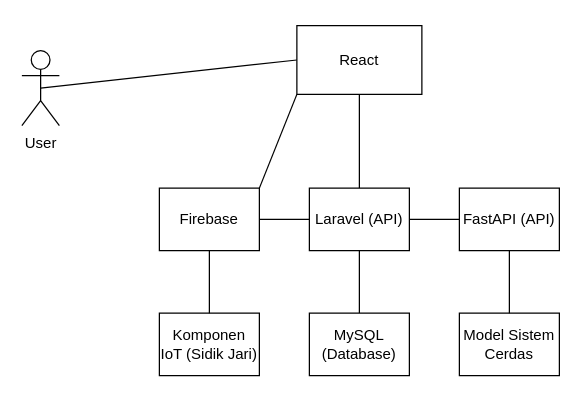
Above: docs/antarmuka.drawio in codebaradev/Simlab (draw.io), before the change. Source tidied: cells renumbered, new cells numbered last; positions are measured from the earlier drawing's top-left corner, leaving out a move shared by most shapes. Both pictures are drawn from the tidied source at 125%, with x=0, y=0 at pixel (21, 25).
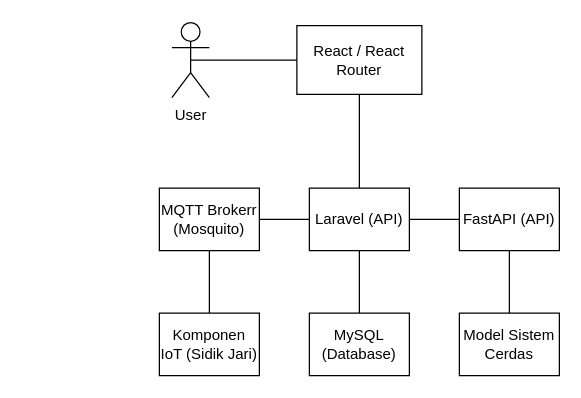
The same diagram, later.

Diff of the diagram source:
```diff
@@
 <mxGraphModel>
   <root>
     <mxCell id="0" />
     <mxCell id="1" parent="0" />
     <mxCell id="2" style="edgeStyle=none;html=1;exitX=0.5;exitY=0.5;exitDx=0;exitDy=0;exitPerimeter=0;entryX=0;entryY=0.5;entryDx=0;entryDy=0;endArrow=none;endFill=0;" parent="1" edge="1" source="3" target="6">
       <mxGeometry relative="1" as="geometry" />
     </mxCell>
     <mxCell id="3" value="User" style="shape=umlActor;verticalLabelPosition=bottom;verticalAlign=top;html=1;outlineConnect=0;" parent="1" vertex="1">
-      <mxGeometry y="20" width="30" height="60" as="geometry" />
+      <mxGeometry x="120" y="-2.5" width="30" height="60" as="geometry" />
     </mxCell>
     <mxCell id="4" style="edgeStyle=none;html=1;endArrow=none;endFill=0;" parent="1" edge="1" source="6" target="9">
       <mxGeometry relative="1" as="geometry" />
     </mxCell>
     <mxCell id="5" style="edgeStyle=none;html=1;endArrow=none;endFill=0;" parent="1" edge="1" source="9" target="17">
       <mxGeometry relative="1" as="geometry" />
     </mxCell>
-    <mxCell id="6" value="React" style="rounded=0;whiteSpace=wrap;html=1;" parent="1" vertex="1">
+    <mxCell id="6" value="React / React Router" style="rounded=0;whiteSpace=wrap;html=1;" parent="1" vertex="1">
       <mxGeometry x="220" width="100" height="55" as="geometry" />
     </mxCell>
     <mxCell id="7" style="edgeStyle=none;html=1;exitX=0.5;exitY=1;exitDx=0;exitDy=0;entryX=0.5;entryY=0;entryDx=0;entryDy=0;endArrow=none;endFill=0;" parent="1" edge="1" source="9" target="10">
       <mxGeometry relative="1" as="geometry" />
     </mxCell>
     <mxCell id="8" style="edgeStyle=none;html=1;exitX=1;exitY=0.5;exitDx=0;exitDy=0;entryX=0;entryY=0.5;entryDx=0;entryDy=0;endArrow=none;endFill=0;" parent="1" edge="1" source="9" target="13">
       <mxGeometry relative="1" as="geometry" />
     </mxCell>
     <mxCell id="9" value="Laravel (API)" style="rounded=0;whiteSpace=wrap;html=1;" parent="1" vertex="1">
       <mxGeometry x="230" y="130" width="80" height="50" as="geometry" />
     </mxCell>
     <mxCell id="10" value="MySQL (Database)" style="rounded=0;whiteSpace=wrap;html=1;" parent="1" vertex="1">
       <mxGeometry x="230" y="230" width="80" height="50" as="geometry" />
     </mxCell>
     <mxCell id="11" value="Model Sistem Cerdas" style="rounded=0;whiteSpace=wrap;html=1;" parent="1" vertex="1">
       <mxGeometry x="350" y="230" width="80" height="50" as="geometry" />
     </mxCell>
     <mxCell id="12" style="edgeStyle=none;html=1;exitX=0.5;exitY=1;exitDx=0;exitDy=0;entryX=0.5;entryY=0;entryDx=0;entryDy=0;endArrow=none;endFill=0;" parent="1" edge="1" source="13" target="11">
       <mxGeometry relative="1" as="geometry" />
     </mxCell>
     <mxCell id="13" value="FastAPI (API)" style="rounded=0;whiteSpace=wrap;html=1;" parent="1" vertex="1">
       <mxGeometry x="350" y="130" width="80" height="50" as="geometry" />
     </mxCell>
+    <mxCell id="16" style="edgeStyle=none;html=1;exitX=0.5;exitY=0;exitDx=0;exitDy=0;endArrow=none;endFill=0;" parent="1" edge="1" source="14" target="17">
+      <mxGeometry relative="1" as="geometry" />
+    </mxCell>
     <mxCell id="14" value="Komponen IoT (Sidik Jari)" style="rounded=0;whiteSpace=wrap;html=1;" parent="1" vertex="1">
       <mxGeometry x="110" y="230" width="80" height="50" as="geometry" />
     </mxCell>
-    <mxCell id="15" style="edgeStyle=none;html=1;exitX=0.5;exitY=1;exitDx=0;exitDy=0;endArrow=none;endFill=0;" parent="1" edge="1" source="17" target="14">
-      <mxGeometry relative="1" as="geometry" />
-    </mxCell>
-    <mxCell id="16" style="edgeStyle=none;html=1;exitX=1;exitY=0;exitDx=0;exitDy=0;entryX=0;entryY=1;entryDx=0;entryDy=0;endArrow=none;endFill=0;" parent="1" edge="1" source="17" target="6">
-      <mxGeometry relative="1" as="geometry" />
-    </mxCell>
-    <mxCell id="17" value="Firebase" style="rounded=0;whiteSpace=wrap;html=1;" parent="1" vertex="1">
+    <mxCell id="17" value="MQTT Brokerr (Mosquito)" style="rounded=0;whiteSpace=wrap;html=1;" parent="1" vertex="1">
       <mxGeometry x="110" y="130" width="80" height="50" as="geometry" />
     </mxCell>
   </root>
 </mxGraphModel>
```
